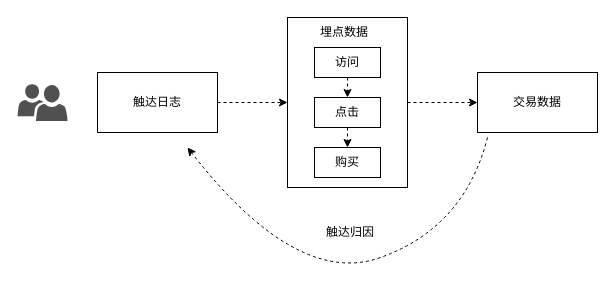
The draw.io diagram mt触达归因.drawio in mineminemine123/work-wiki, before the edit. Source tidied: cells renumbered, new cells numbered last; positions are measured from the earlier drawing's top-left corner, leaving out a move shared by most shapes. Both pictures are drawn from the tidied source at 100%, with x=0, y=0 at pixel (17, 17).
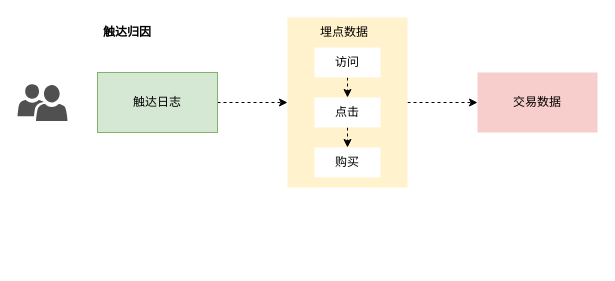
After the change.

Commit message:
更新mt触达归因.drawio

Change to the diagram source:
```diff
@@
 <mxGraphModel>
   <root>
     <mxCell id="0" />
     <mxCell id="1" parent="0" />
     <mxCell id="2" style="shadow=0;dashed=0;html=1;strokeColor=none;labelPosition=center;verticalLabelPosition=bottom;verticalAlign=top;align=center;fillColor=#505050;shape=mxgraph.mscae.intune.user_group;hachureGap=4;fontFamily=Architects Daughter;fontSize=20;" parent="1" vertex="1">
       <mxGeometry y="66.5" width="50" height="37" as="geometry" />
     </mxCell>
     <mxCell id="3" style="edgeStyle=orthogonalEdgeStyle;rounded=0;jettySize=auto;html=1;exitX=1;exitY=0.5;exitDx=0;exitDy=0;dashed=1;" parent="1" edge="1" source="4" target="6">
       <mxGeometry relative="1" as="geometry" />
     </mxCell>
-    <mxCell id="4" value="触达日志" style="rounded=0;whiteSpace=wrap;html=1;" parent="1" vertex="1">
+    <mxCell id="4" value="触达日志" style="rounded=0;whiteSpace=wrap;html=1;strokeColor=#82b366;fillColor=#d5e8d4;" parent="1" vertex="1">
       <mxGeometry x="80" y="55" width="120" height="60" as="geometry" />
     </mxCell>
     <mxCell id="5" style="edgeStyle=orthogonalEdgeStyle;rounded=0;jettySize=auto;html=1;exitX=1;exitY=0.5;exitDx=0;exitDy=0;dashed=1;" parent="1" edge="1" source="6" target="7">
       <mxGeometry relative="1" as="geometry" />
     </mxCell>
-    <mxCell id="6" style="rounded=0;whiteSpace=wrap;html=1;" parent="1" vertex="1">
+    <mxCell id="6" style="rounded=0;whiteSpace=wrap;html=1;fillColor=#fff2cc;strokeColor=none;" parent="1" vertex="1">
       <mxGeometry x="270" width="120" height="170" as="geometry" />
     </mxCell>
-    <mxCell id="7" value="交易数据" style="rounded=0;whiteSpace=wrap;html=1;" parent="1" vertex="1">
+    <mxCell id="7" value="交易数据" style="rounded=0;whiteSpace=wrap;html=1;strokeColor=none;fillColor=#f8cecc;" parent="1" vertex="1">
       <mxGeometry x="460" y="55" width="120" height="60" as="geometry" />
     </mxCell>
     <mxCell id="8" style="edgeStyle=orthogonalEdgeStyle;rounded=0;jettySize=auto;html=1;exitX=0.5;exitY=1;exitDx=0;exitDy=0;entryX=0.5;entryY=0;entryDx=0;entryDy=0;dashed=1;" parent="1" edge="1" source="9" target="11">
       <mxGeometry relative="1" as="geometry" />
     </mxCell>
-    <mxCell id="9" value="访问" style="rounded=0;whiteSpace=wrap;html=1;" parent="1" vertex="1">
+    <mxCell id="9" value="访问" style="rounded=0;whiteSpace=wrap;html=1;strokeColor=none;" parent="1" vertex="1">
       <mxGeometry x="297" y="30" width="66" height="30" as="geometry" />
     </mxCell>
     <mxCell id="10" style="edgeStyle=orthogonalEdgeStyle;rounded=0;jettySize=auto;html=1;exitX=0.5;exitY=1;exitDx=0;exitDy=0;entryX=0.5;entryY=0;entryDx=0;entryDy=0;dashed=1;" parent="1" edge="1" source="11" target="12">
       <mxGeometry relative="1" as="geometry" />
     </mxCell>
-    <mxCell id="11" value="点击" style="rounded=0;whiteSpace=wrap;html=1;" parent="1" vertex="1">
+    <mxCell id="11" value="点击" style="rounded=0;whiteSpace=wrap;html=1;strokeColor=none;" parent="1" vertex="1">
       <mxGeometry x="297" y="80" width="66" height="30" as="geometry" />
     </mxCell>
-    <mxCell id="12" value="购买" style="rounded=0;whiteSpace=wrap;html=1;" parent="1" vertex="1">
+    <mxCell id="12" value="购买" style="rounded=0;whiteSpace=wrap;html=1;strokeColor=none;" parent="1" vertex="1">
       <mxGeometry x="297" y="130" width="66" height="30" as="geometry" />
     </mxCell>
     <mxCell id="13" value="埋点数据" style="text;html=1;strokeColor=none;fillColor=none;align=center;verticalAlign=middle;whiteSpace=wrap;rounded=0;" parent="1" vertex="1">
       <mxGeometry x="297" width="60" height="30" as="geometry" />
     </mxCell>
-    <mxCell id="14" style="curved=1;endArrow=classic;html=1;rounded=0;dashed=1;" parent="1" edge="1">
-      <mxGeometry relative="1" as="geometry">
-        <mxPoint x="470" y="120" as="sourcePoint" />
-        <mxPoint x="170" y="130" as="targetPoint" />
-        <Array as="points">
-          <mxPoint x="447" y="210" />
-          <mxPoint x="279" y="270" />
-        </Array>
-      </mxGeometry>
-    </mxCell>
-    <mxCell id="15" value="触达归因" style="text;html=1;strokeColor=none;fillColor=none;align=center;verticalAlign=middle;whiteSpace=wrap;rounded=0;" parent="1" vertex="1">
-      <mxGeometry x="303" y="200" width="60" height="30" as="geometry" />
+    <mxCell id="15" value="&lt;b&gt;触达归因&lt;/b&gt;" style="text;html=1;strokeColor=none;fillColor=none;align=center;verticalAlign=middle;whiteSpace=wrap;rounded=0;" parent="1" vertex="1">
+      <mxGeometry x="80" width="60" height="30" as="geometry" />
     </mxCell>
   </root>
 </mxGraphModel>
```
